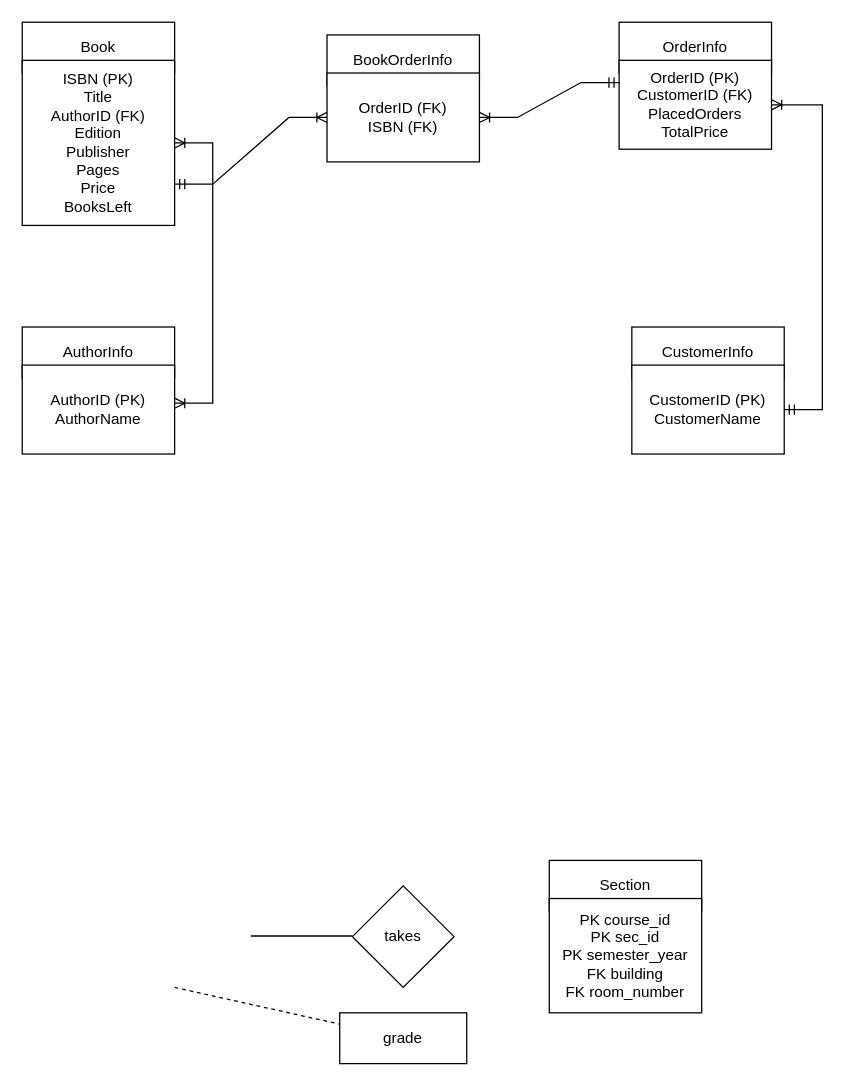
Earlier version of the draw.io diagram ERD.drawio (raufrasulzada/dbs-as2). Source tidied: cells renumbered, new cells numbered last; positions are measured from the earlier drawing's top-left corner, leaving out a move shared by most shapes. Both pictures are drawn from the tidied source at 127%, with x=0, y=0 at pixel (22, 22).
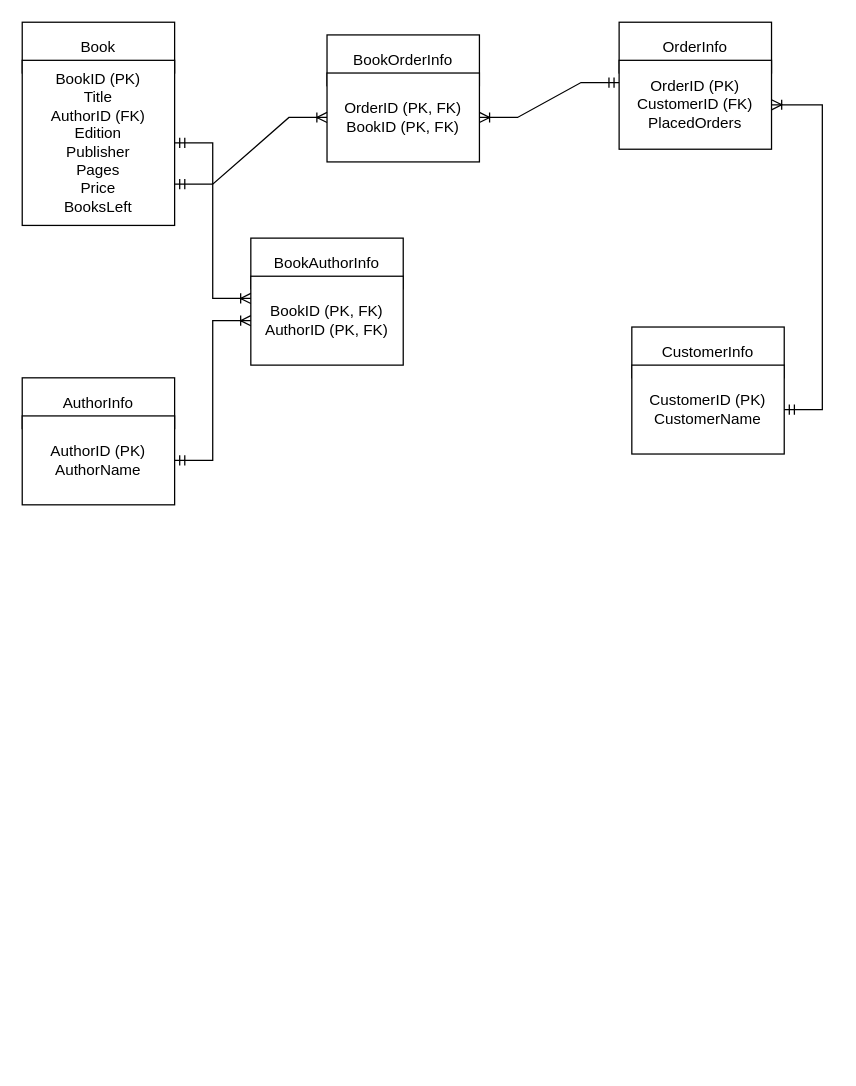
The same diagram, later.

The edit, as a diff of the source:
```diff
@@
-    <mxCell id="3" value="ISBN (PK)&lt;br&gt;Title&lt;br&gt;AuthorID (FK)&lt;br&gt;Edition&lt;br&gt;Publisher&lt;br&gt;Pages&lt;br&gt;Price&lt;br&gt;BooksLeft" style="rounded=0;whiteSpace=wrap;html=1;" parent="1" vertex="1">
+    <mxCell id="3" value="BookID (PK)&lt;br&gt;Title&lt;br&gt;AuthorID (FK)&lt;br&gt;Edition&lt;br&gt;Publisher&lt;br&gt;Pages&lt;br&gt;Price&lt;br&gt;BooksLeft" style="rounded=0;whiteSpace=wrap;html=1;" parent="1" vertex="1">
       <mxGeometry y="30" width="120" height="130" as="geometry" />
     </mxCell>
@@
-    <mxCell id="5" value="OrderID (PK)&lt;br&gt;CustomerID (FK)&lt;br&gt;PlacedOrders&lt;br&gt;TotalPrice" style="rounded=0;whiteSpace=wrap;html=1;" parent="1" vertex="1">
+    <mxCell id="5" value="OrderID (PK)&lt;br&gt;CustomerID (FK)&lt;br&gt;PlacedOrders" style="rounded=0;whiteSpace=wrap;html=1;" parent="1" vertex="1">
       <mxGeometry x="470" y="30" width="120" height="70" as="geometry" />
     </mxCell>
-    <mxCell id="6" value="takes" style="rhombus;whiteSpace=wrap;html=1;" parent="1" vertex="1">
-      <mxGeometry x="260" y="680" width="80" height="80" as="geometry" />
-    </mxCell>
-    <mxCell id="7" value="Section" style="rounded=0;whiteSpace=wrap;html=1;" parent="1" vertex="1">
-      <mxGeometry x="415" y="660" width="120" height="40" as="geometry" />
-    </mxCell>
-    <mxCell id="8" value="PK course_id&lt;br&gt;PK sec_id&lt;br&gt;PK semester_year&lt;br&gt;FK building&lt;br&gt;FK room_number" style="rounded=0;whiteSpace=wrap;html=1;" parent="1" vertex="1">
-      <mxGeometry x="415" y="690" width="120" height="90" as="geometry" />
-    </mxCell>
-    <mxCell id="9" style="endArrow=none;dashed=1;html=1;rounded=0;exitX=0.5;exitY=1;exitDx=0;exitDy=0;" parent="1" edge="1" target="10">
-      <mxGeometry relative="1" as="geometry">
-        <mxPoint x="120" y="760" as="sourcePoint" />
-      </mxGeometry>
-    </mxCell>
-    <mxCell id="10" value="grade" style="rounded=0;whiteSpace=wrap;html=1;" parent="1" vertex="1">
-      <mxGeometry x="250" y="780" width="100" height="40" as="geometry" />
-    </mxCell>
-    <mxCell id="11" style="endArrow=none;html=1;rounded=0;entryX=0;entryY=0.5;entryDx=0;entryDy=0;" parent="1" edge="1">
-      <mxGeometry relative="1" as="geometry">
-        <mxPoint x="180" y="719.5" as="sourcePoint" />
-        <mxPoint x="260" y="719.5" as="targetPoint" />
-      </mxGeometry>
-    </mxCell>
     <mxCell id="12" value="AuthorInfo" style="rounded=0;whiteSpace=wrap;html=1;" parent="1" vertex="1">
-      <mxGeometry y="240" width="120" height="40" as="geometry" />
+      <mxGeometry y="280" width="120" height="40" as="geometry" />
     </mxCell>
     <mxCell id="13" value="AuthorID (PK)&lt;br&gt;AuthorName" style="rounded=0;whiteSpace=wrap;html=1;" parent="1" vertex="1">
-      <mxGeometry y="270" width="120" height="70" as="geometry" />
+      <mxGeometry y="310" width="120" height="70" as="geometry" />
     </mxCell>
@@
-    <mxCell id="16" style="edgeStyle=entityRelationEdgeStyle;fontSize=12;html=1;endArrow=ERoneToMany;startArrow=ERoneToMany;rounded=0;entryX=1;entryY=0.5;entryDx=0;entryDy=0;" parent="1" edge="1" target="3">
-      <mxGeometry relative="1" as="geometry">
-        <mxPoint x="120" y="300" as="sourcePoint" />
-      </mxGeometry>
-    </mxCell>
@@
-    <mxCell id="18" value="OrderID (FK)&lt;br&gt;ISBN (FK)" style="rounded=0;whiteSpace=wrap;html=1;" parent="1" vertex="1">
+    <mxCell id="18" value="OrderID (PK, FK)&lt;br&gt;BookID (PK, FK)" style="rounded=0;whiteSpace=wrap;html=1;" parent="1" vertex="1">
       <mxGeometry x="240" y="40" width="120" height="70" as="geometry" />
     </mxCell>
@@
+    <mxCell id="22" value="BookAuthorInfo" style="rounded=0;whiteSpace=wrap;html=1;" parent="1" vertex="1">
+      <mxGeometry x="180" y="170" width="120" height="40" as="geometry" />
+    </mxCell>
+    <mxCell id="23" value="BookID (PK, FK)&lt;br&gt;AuthorID (PK, FK)" style="rounded=0;whiteSpace=wrap;html=1;" parent="1" vertex="1">
+      <mxGeometry x="180" y="200" width="120" height="70" as="geometry" />
+    </mxCell>
+    <mxCell id="24" style="edgeStyle=entityRelationEdgeStyle;fontSize=12;html=1;endArrow=ERoneToMany;startArrow=ERmandOne;rounded=0;entryX=0;entryY=0.5;entryDx=0;entryDy=0;exitX=1;exitY=0.5;exitDx=0;exitDy=0;" parent="1" edge="1" source="13" target="23">
+      <mxGeometry relative="1" as="geometry" />
+    </mxCell>
+    <mxCell id="25" style="edgeStyle=entityRelationEdgeStyle;fontSize=12;html=1;endArrow=ERoneToMany;startArrow=ERmandOne;rounded=0;entryX=0;entryY=0.25;entryDx=0;entryDy=0;exitX=1;exitY=0.5;exitDx=0;exitDy=0;" parent="1" edge="1" source="3" target="23">
+      <mxGeometry relative="1" as="geometry" />
+    </mxCell>
```
